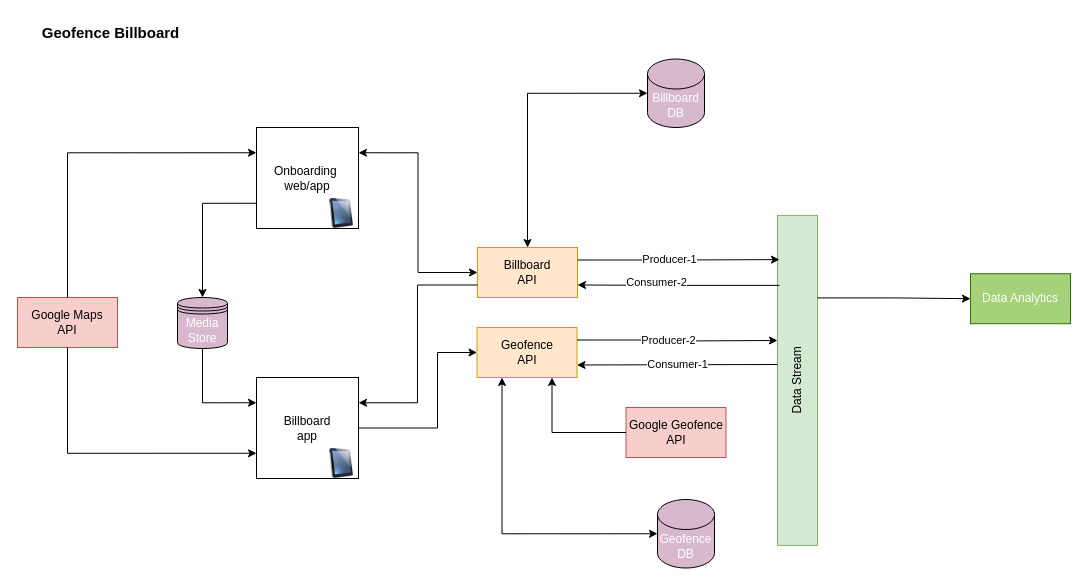
Before: Untitled Diagram.drawio in research-publish/Dynamic-UI, a draw.io diagram. Source tidied: cells renumbered, new cells numbered last; positions are measured from the earlier drawing's top-left corner, leaving out a move shared by most shapes. Both pictures are drawn from the tidied source at 100%, with x=0, y=0 at pixel (17, 17).
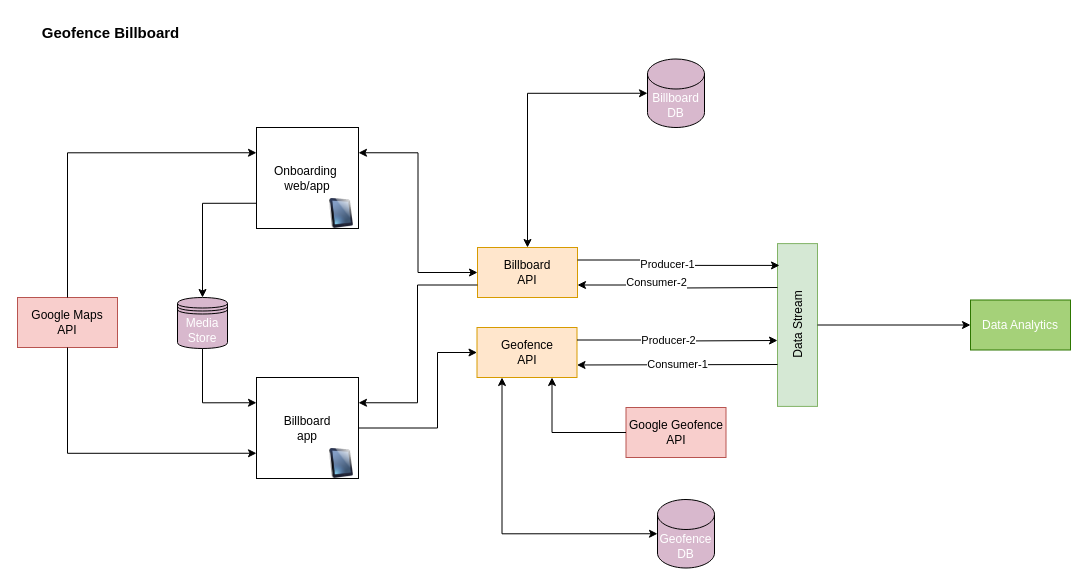
The same page after the edit.

The change refers to these unchanged cells:
```xml
<mxCell id="3" value="Billboard&lt;br&gt;API" style="rounded=0;whiteSpace=wrap;html=1;fillColor=#ffe6cc;strokeColor=#d79b00;" parent="1" vertex="1">
  <mxGeometry x="460" y="230" width="100" height="50" as="geometry" />
</mxCell>
```

What changed in the source:
```diff
@@
     <mxCell id="4" value="Data Stream" style="rounded=0;whiteSpace=wrap;html=1;rotation=-90;fillColor=#d5e8d4;strokeColor=#82b366;gradientColor=none;gradientDirection=north;" parent="1" vertex="1">
-      <mxGeometry x="615" y="342.9" width="330" height="40" as="geometry" />
+      <mxGeometry x="698.6" y="287.5" width="162.8" height="40" as="geometry" />
     </mxCell>
@@
     <mxCell id="12" value="Data Analytics" style="rounded=0;whiteSpace=wrap;html=1;fillColor=#A5D179;strokeColor=#2D7600;fontColor=#ffffff;" parent="1" vertex="1">
-      <mxGeometry x="953" y="256.2" width="100" height="50" as="geometry" />
+      <mxGeometry x="953" y="282.5" width="100" height="50" as="geometry" />
     </mxCell>
-    <mxCell id="13" style="edgeStyle=orthogonalEdgeStyle;rounded=0;jettySize=auto;html=1;fontSize=15;fontColor=#FFFFFF;startArrow=none;startFill=0;entryX=0;entryY=0.5;entryDx=0;entryDy=0;exitX=0.75;exitY=1;exitDx=0;exitDy=0;" parent="1" edge="1" source="4" target="12">
+    <mxCell id="13" style="edgeStyle=orthogonalEdgeStyle;rounded=0;jettySize=auto;html=1;fontSize=15;fontColor=#FFFFFF;startArrow=none;startFill=0;entryX=0;entryY=0.5;entryDx=0;entryDy=0;exitX=0.5;exitY=1;exitDx=0;exitDy=0;" parent="1" edge="1" source="4" target="12">
       <mxGeometry relative="1" as="geometry" />
     </mxCell>
@@
-    <mxCell id="32" style="endArrow=classic;html=1;rounded=0;fontColor=#FFFFFF;edgeStyle=orthogonalEdgeStyle;exitX=0.788;exitY=0.05;exitDx=0;exitDy=0;entryX=1;entryY=0.75;entryDx=0;entryDy=0;exitPerimeter=0;" parent="1" edge="1" source="4" target="3">
-      <mxGeometry relative="1" as="geometry" />
+    <mxCell id="32" style="endArrow=classic;html=1;rounded=0;fontColor=#FFFFFF;edgeStyle=orthogonalEdgeStyle;entryX=1;entryY=0.75;entryDx=0;entryDy=0;" parent="1" edge="1" target="3">
+      <mxGeometry relative="1" as="geometry">
+        <mxPoint x="760" y="270" as="sourcePoint" />
+      </mxGeometry>
     </mxCell>
```
